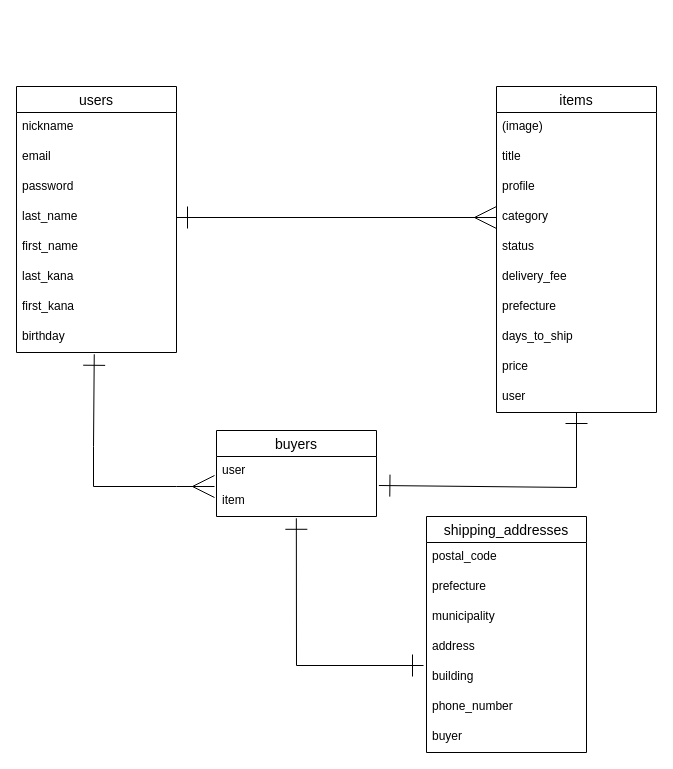
The draw.io diagram ER.dio in hidetsugu-o/furima-32514, before the edit. Source tidied: cells renumbered, new cells numbered last; positions are measured from the earlier drawing's top-left corner, leaving out a move shared by most shapes. Both pictures are drawn from the tidied source at 100%, with x=0, y=0 at pixel (16, 86).
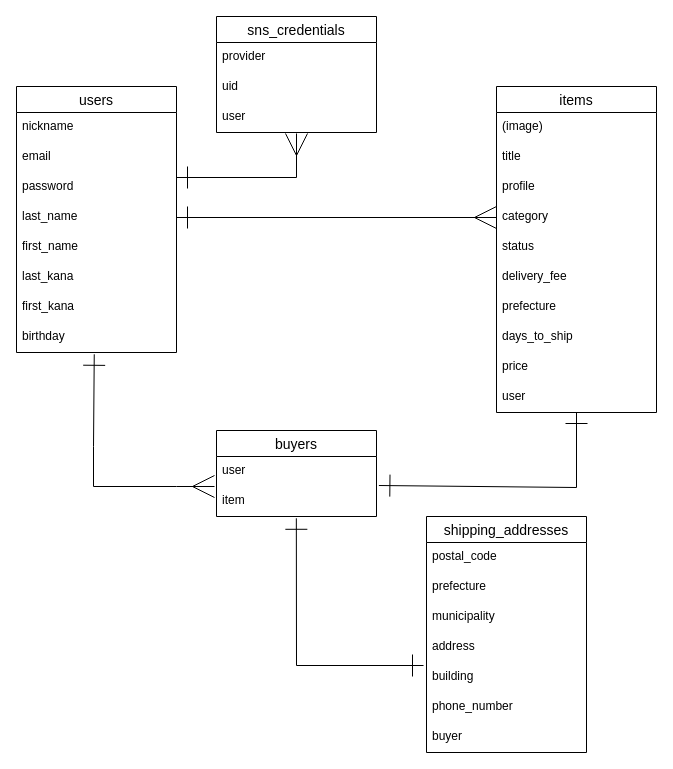
Above is the later version.

Commit message (it also covers changes not shown here):
READMEとER図にsns_credentialsテーブルを追記

The edit, as a diff of the source:
```diff
@@
+    <mxCell id="37" value="sns_credentials" style="swimlane;fontStyle=0;horizontal=1;startSize=26;align=center;fontSize=14;" parent="1" vertex="1">
+      <mxGeometry x="200" y="-70" width="160" height="116" as="geometry" />
+    </mxCell>
+    <mxCell id="38" value="provider" style="text;strokeColor=none;fillColor=none;spacingLeft=4;spacingRight=4;overflow=hidden;points=[[0,0.5],[1,0.5]];portConstraint=eastwest;fontSize=12;" parent="37" vertex="1">
+      <mxGeometry y="26" width="160" height="30" as="geometry" />
+    </mxCell>
+    <mxCell id="39" value="uid" style="text;strokeColor=none;fillColor=none;spacingLeft=4;spacingRight=4;overflow=hidden;fontSize=12;" parent="37" vertex="1">
+      <mxGeometry y="56" width="160" height="30" as="geometry" />
+    </mxCell>
+    <mxCell id="40" value="user" style="text;strokeColor=none;fillColor=none;spacingLeft=4;spacingRight=4;overflow=hidden;points=[[0,0.5],[1,0.5]];portConstraint=eastwest;fontSize=12;" parent="37" vertex="1">
+      <mxGeometry y="86" width="160" height="30" as="geometry" />
+    </mxCell>
+    <mxCell id="41" style="edgeStyle=orthogonalEdgeStyle;rounded=0;orthogonalLoop=1;jettySize=auto;html=1;exitX=1;exitY=0.5;exitDx=0;exitDy=0;" parent="37" edge="1" source="38" target="38">
+      <mxGeometry relative="1" as="geometry" />
+    </mxCell>
+    <mxCell id="42" style="endArrow=ERmany;html=1;rounded=0;strokeWidth=1;startArrow=ERone;startFill=0;endFill=0;endSize=20;startSize=20;entryX=0.5;entryY=1.033;entryDx=0;entryDy=0;entryPerimeter=0;" parent="37" edge="1" target="40">
+      <mxGeometry relative="1" as="geometry">
+        <mxPoint x="-40" y="161" as="sourcePoint" />
+        <Array as="points">
+          <mxPoint x="80" y="161" />
+        </Array>
+      </mxGeometry>
+    </mxCell>
```
